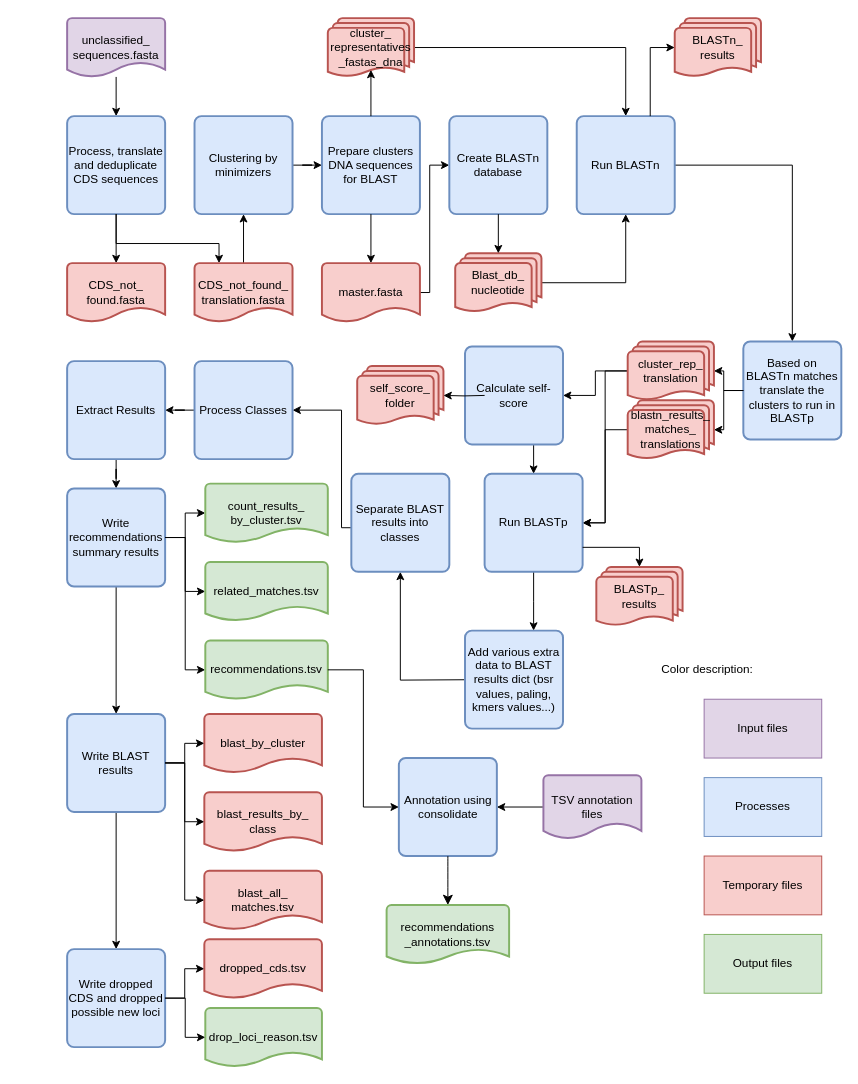
Earlier version of the draw.io diagram SchemaRefinery/docs/SchemaRefinery/Modules/source/IdentifySpuriousGenes_unclassifiedCDS.drawio (B-UMMI/Schema_Refinery). Source tidied: cells renumbered, new cells numbered last; positions are measured from the earlier drawing's top-left corner, leaving out a move shared by most shapes. Both pictures are drawn from the tidied source at 98%, with x=0, y=0 at pixel (67, 18).
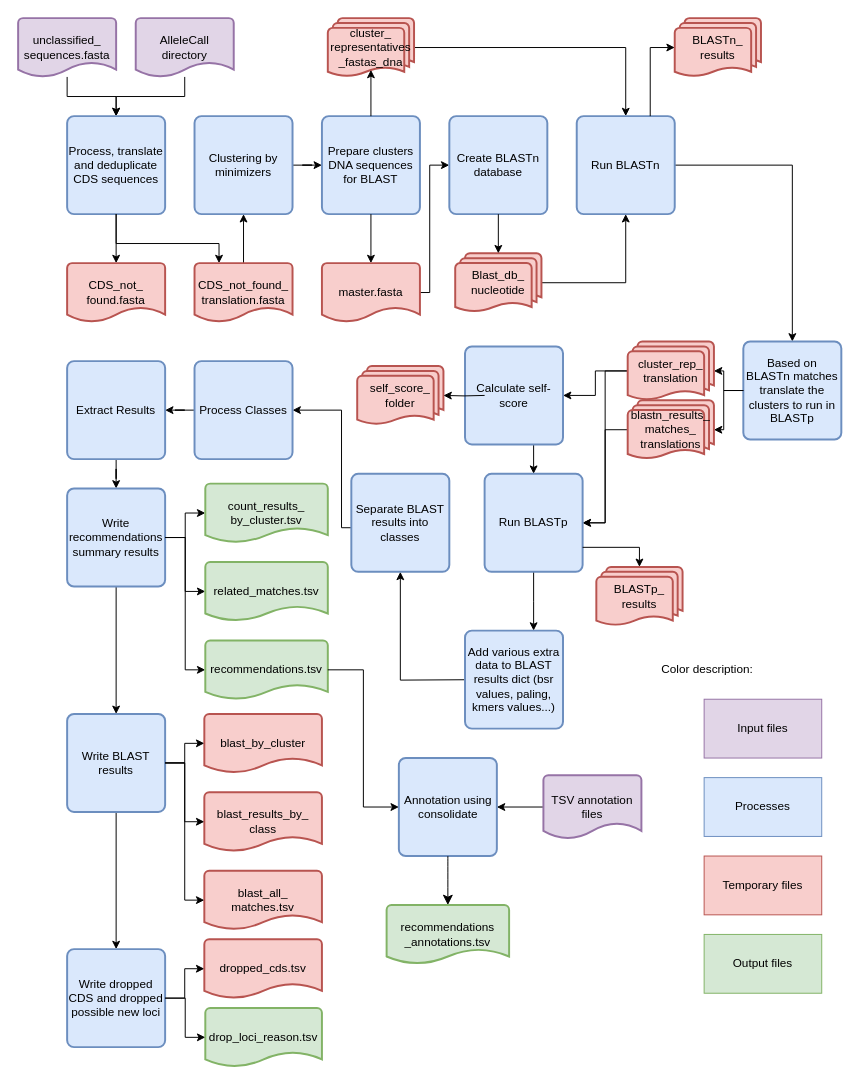
The same diagram, later.

The change refers to these unchanged cells:
```xml
<mxCell id="2" value="Process, translate and deduplicate CDS sequences" style="rounded=1;whiteSpace=wrap;html=1;absoluteArcSize=1;arcSize=14;strokeWidth=2;fillColor=#dae8fc;strokeColor=#6c8ebf;" parent="1" vertex="1">
  <mxGeometry y="100" width="100" height="100" as="geometry" />
</mxCell>
```

Change to the diagram source:
```diff
@@
     <mxCell id="4" value="unclassified_&lt;div&gt;sequences.fasta&lt;/div&gt;" style="strokeWidth=2;html=1;shape=mxgraph.flowchart.document2;whiteSpace=wrap;size=0.25;fillColor=#e1d5e7;strokeColor=#9673a6;" parent="1" vertex="1">
-      <mxGeometry width="100" height="60" as="geometry" />
+      <mxGeometry x="-50" width="100" height="60" as="geometry" />
     </mxCell>
@@
+    <mxCell id="83" style="edgeStyle=orthogonalEdgeStyle;rounded=0;jettySize=auto;html=1;entryX=0.5;entryY=0;entryDx=0;entryDy=0;" parent="1" edge="1" source="84" target="2">
+      <mxGeometry relative="1" as="geometry" />
+    </mxCell>
+    <mxCell id="84" value="AlleleCall directory" style="strokeWidth=2;html=1;shape=mxgraph.flowchart.document2;whiteSpace=wrap;size=0.25;fillColor=#e1d5e7;strokeColor=#9673a6;" parent="1" vertex="1">
+      <mxGeometry x="70" width="100" height="60" as="geometry" />
+    </mxCell>
```
